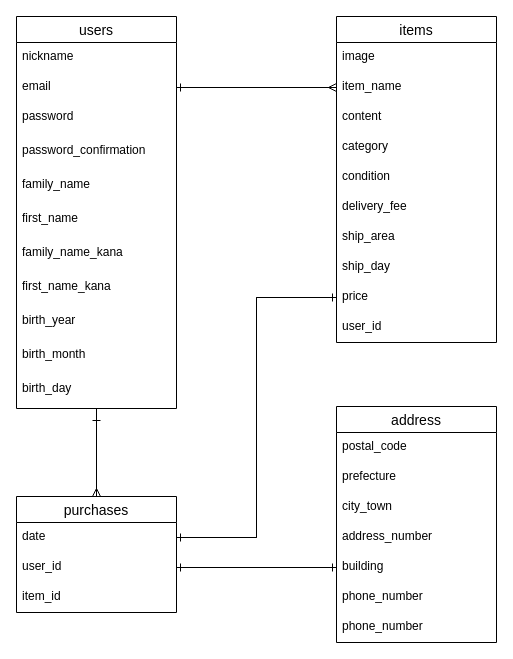
This is sample.dio from elbarca1969/furima-31692, a draw.io file, before an edit. Source tidied: cells renumbered, new cells numbered last; positions are measured from the earlier drawing's top-left corner, leaving out a move shared by most shapes. Both pictures are drawn from the tidied source at 100%, with x=0, y=0 at pixel (16, 16).
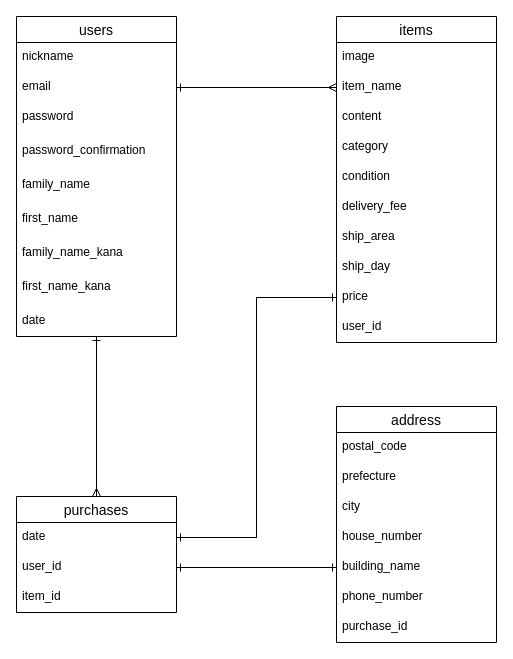
Above is the later version.

Commit message (it also covers changes not shown here):
データベース設計修正

Unchanged cells that the change refers to:
```xml
<mxCell id="16" value="purchases" style="swimlane;fontStyle=0;horizontal=1;startSize=26;align=center;fontSize=14;rounded=0;" parent="1" vertex="1">
  <mxGeometry y="480" width="160" height="116" as="geometry" />
</mxCell>
<mxCell id="35" value="address" style="swimlane;fontStyle=0;horizontal=1;startSize=26;align=center;fontSize=14;rounded=0;" parent="1" vertex="1">
  <mxGeometry x="320" y="390" width="160" height="236" as="geometry" />
</mxCell>
```

The edit, as a diff of the source:
```diff
@@
-    <mxCell id="15" style="edgeStyle=orthogonalEdgeStyle;rounded=0;jettySize=auto;html=1;endArrow=ERone;endFill=0;strokeWidth=1;" parent="1" edge="1" source="16">
-      <mxGeometry relative="1" as="geometry">
-        <mxPoint x="80" y="400" as="targetPoint" />
-      </mxGeometry>
+    <mxCell id="15" style="edgeStyle=orthogonalEdgeStyle;rounded=0;jettySize=auto;html=1;endArrow=ERone;endFill=0;strokeWidth=1;entryX=0.5;entryY=1;entryDx=0;entryDy=0;entryPerimeter=0;" parent="1" edge="1" source="16" target="30">
+      <mxGeometry relative="1" as="geometry" />
     </mxCell>
@@
-    <mxCell id="20" style="edgeStyle=orthogonalEdgeStyle;rounded=0;jettySize=auto;html=1;entryX=0.5;entryY=0;entryDx=0;entryDy=0;endArrow=ERmany;endFill=0;strokeWidth=1;" parent="1" edge="1" source="21" target="16">
-      <mxGeometry relative="1" as="geometry" />
-    </mxCell>
+    <mxCell id="45" style="edgeStyle=orthogonalEdgeStyle;rounded=0;jettySize=auto;html=1;endArrow=ERmany;endFill=0;strokeWidth=1;" parent="1" edge="1" source="21">
+      <mxGeometry relative="1" as="geometry">
+        <mxPoint x="80" y="480" as="targetPoint" />
+      </mxGeometry>
+    </mxCell>
     <mxCell id="21" value="users" style="swimlane;fontStyle=0;horizontal=1;startSize=26;align=center;fontSize=14;" parent="1" vertex="1">
-      <mxGeometry width="160" height="392" as="geometry" />
+      <mxGeometry width="160" height="320" as="geometry" />
     </mxCell>
@@
-    <mxCell id="30" value="birth_year" style="text;strokeColor=none;fillColor=none;spacingLeft=4;spacingRight=4;overflow=hidden;points=[[0,0.5],[1,0.5]];portConstraint=eastwest;fontSize=12;rounded=0;" parent="21" vertex="1">
-      <mxGeometry y="290" width="160" height="34" as="geometry" />
+    <mxCell id="30" value="date" style="text;strokeColor=none;fillColor=none;spacingLeft=4;spacingRight=4;overflow=hidden;points=[[0,0.5],[1,0.5]];portConstraint=eastwest;fontSize=12;rounded=0;" parent="21" vertex="1">
+      <mxGeometry y="290" width="160" height="30" as="geometry" />
     </mxCell>
-    <mxCell id="31" value="birth_month" style="text;strokeColor=none;fillColor=none;spacingLeft=4;spacingRight=4;overflow=hidden;fontSize=12;rounded=0;" parent="21" vertex="1">
-      <mxGeometry y="324" width="160" height="34" as="geometry" />
-    </mxCell>
-    <mxCell id="32" value="birth_day" style="text;strokeColor=none;fillColor=none;spacingLeft=4;spacingRight=4;overflow=hidden;fontSize=12;rounded=0;" parent="21" vertex="1">
-      <mxGeometry y="358" width="160" height="34" as="geometry" />
-    </mxCell>
@@
-    <mxCell id="38" value="city_town" style="text;strokeColor=none;fillColor=none;spacingLeft=4;spacingRight=4;overflow=hidden;fontSize=12;" parent="35" vertex="1">
+    <mxCell id="38" value="city" style="text;strokeColor=none;fillColor=none;spacingLeft=4;spacingRight=4;overflow=hidden;fontSize=12;" parent="35" vertex="1">
       <mxGeometry y="86" width="160" height="30" as="geometry" />
     </mxCell>
-    <mxCell id="39" value="address_number" style="text;strokeColor=none;fillColor=none;spacingLeft=4;spacingRight=4;overflow=hidden;fontSize=12;" parent="35" vertex="1">
+    <mxCell id="39" value="house_number" style="text;strokeColor=none;fillColor=none;spacingLeft=4;spacingRight=4;overflow=hidden;fontSize=12;" parent="35" vertex="1">
       <mxGeometry y="116" width="160" height="30" as="geometry" />
     </mxCell>
-    <mxCell id="40" value="building" style="text;strokeColor=none;fillColor=none;spacingLeft=4;spacingRight=4;overflow=hidden;points=[[0,0.5],[1,0.5]];portConstraint=eastwest;fontSize=12;" parent="35" vertex="1">
+    <mxCell id="40" value="building_name" style="text;strokeColor=none;fillColor=none;spacingLeft=4;spacingRight=4;overflow=hidden;points=[[0,0.5],[1,0.5]];portConstraint=eastwest;fontSize=12;" parent="35" vertex="1">
       <mxGeometry y="146" width="160" height="30" as="geometry" />
     </mxCell>
@@
-    <mxCell id="42" value="phone_number" style="text;strokeColor=none;fillColor=none;spacingLeft=4;spacingRight=4;overflow=hidden;fontSize=12;" parent="35" vertex="1">
+    <mxCell id="42" value="purchase_id" style="text;strokeColor=none;fillColor=none;spacingLeft=4;spacingRight=4;overflow=hidden;fontSize=12;" parent="35" vertex="1">
       <mxGeometry y="206" width="160" height="30" as="geometry" />
     </mxCell>
```
